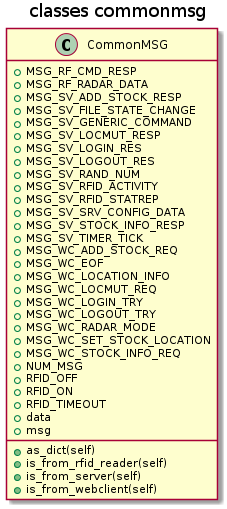
This is stocky-devel/stocky/docs/source/uml_images/classes_commonmsg_classes.png from cfe-lab/stocky, a PlantUML export, as it was before one commit. The source it was exported from:
```plantuml
@startuml
title classes commonmsg
class CommonMSG {
    +MSG_RF_CMD_RESP
    +MSG_RF_RADAR_DATA
    +MSG_SV_ADD_STOCK_RESP
    +MSG_SV_FILE_STATE_CHANGE
    +MSG_SV_GENERIC_COMMAND
    +MSG_SV_LOCMUT_RESP
    +MSG_SV_LOGIN_RES
    +MSG_SV_LOGOUT_RES
    +MSG_SV_RAND_NUM
    +MSG_SV_RFID_ACTIVITY
    +MSG_SV_RFID_STATREP
    +MSG_SV_SRV_CONFIG_DATA
    +MSG_SV_STOCK_INFO_RESP
    +MSG_SV_TIMER_TICK
    +MSG_WC_ADD_STOCK_REQ
    +MSG_WC_EOF
    +MSG_WC_LOCATION_INFO
    +MSG_WC_LOCMUT_REQ
    +MSG_WC_LOGIN_TRY
    +MSG_WC_LOGOUT_TRY
    +MSG_WC_RADAR_MODE
    +MSG_WC_SET_STOCK_LOCATION
    +MSG_WC_STOCK_INFO_REQ
    +NUM_MSG
    +RFID_OFF
    +RFID_ON
    +RFID_TIMEOUT
    +data
    +msg
    +as_dict(self)
    +is_from_rfid_reader(self)
    +is_from_server(self)
    +is_from_webclient(self)
}


@enduml
```
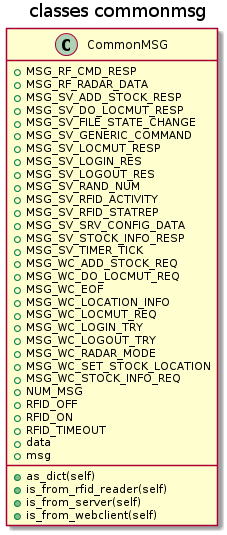
After the commit.

Change to the diagram source:
```diff
@@ -4,6 +4,7 @@
     +MSG_RF_CMD_RESP
     +MSG_RF_RADAR_DATA
     +MSG_SV_ADD_STOCK_RESP
+    +MSG_SV_DO_LOCMUT_RESP
     +MSG_SV_FILE_STATE_CHANGE
     +MSG_SV_GENERIC_COMMAND
     +MSG_SV_LOCMUT_RESP
@@ -16,6 +17,7 @@
     +MSG_SV_STOCK_INFO_RESP
     +MSG_SV_TIMER_TICK
     +MSG_WC_ADD_STOCK_REQ
+    +MSG_WC_DO_LOCMUT_REQ
     +MSG_WC_EOF
     +MSG_WC_LOCATION_INFO
     +MSG_WC_LOCMUT_REQ
```
